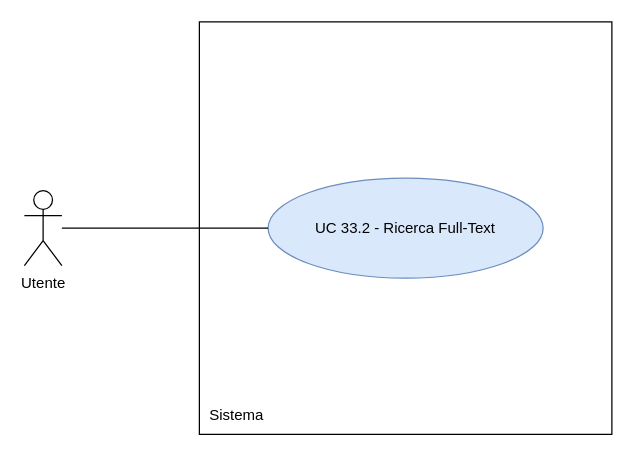
The draw.io diagram RTB/doc_esterna/analisi-dei-requisiti/assets/draw.io/UC33.2.drawio in thebitless-group-swe/thebitless.github.io, before the edit. Source tidied: cells renumbered, new cells numbered last; positions are measured from the earlier drawing's top-left corner, leaving out a move shared by most shapes. Both pictures are drawn from the tidied source at 125%, with x=0, y=0 at pixel (24, 21).
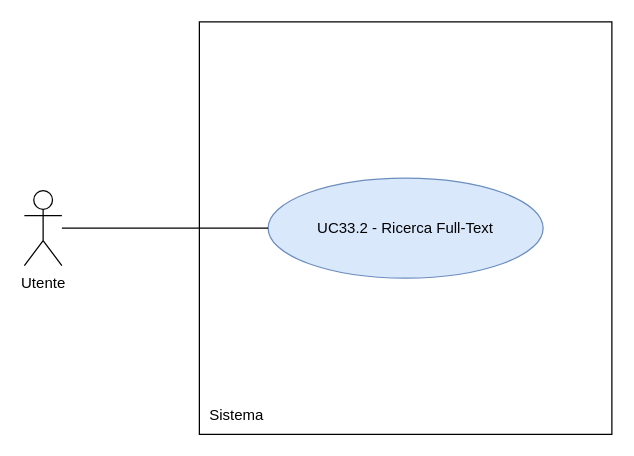
The same page after the edit.

The edit, as a diff of the source:
```diff
@@
 <mxGraphModel>
   <root>
     <mxCell id="0" />
     <mxCell id="1" parent="0" />
     <mxCell id="2" value="Utente" style="shape=umlActor;verticalLabelPosition=bottom;verticalAlign=top;html=1;outlineConnect=0;" parent="1" vertex="1">
       <mxGeometry y="135" width="30" height="60" as="geometry" />
     </mxCell>
     <mxCell id="3" style="whiteSpace=wrap;html=1;" parent="1" vertex="1">
       <mxGeometry x="140" width="330" height="330" as="geometry" />
     </mxCell>
     <mxCell id="4" value="Sistema" style="text;html=1;whiteSpace=wrap;strokeColor=none;fillColor=none;align=center;verticalAlign=middle;rounded=0;" parent="1" vertex="1">
       <mxGeometry x="140" y="300" width="60" height="30" as="geometry" />
     </mxCell>
-    <mxCell id="5" value="UC 33.2 - Ricerca Full-Text" style="ellipse;whiteSpace=wrap;html=1;fillColor=#dae8fc;strokeColor=#6c8ebf;" parent="1" vertex="1">
+    <mxCell id="5" value="UC33.2 - Ricerca Full-Text" style="ellipse;whiteSpace=wrap;html=1;fillColor=#dae8fc;strokeColor=#6c8ebf;" parent="1" vertex="1">
       <mxGeometry x="195" y="125" width="220" height="80" as="geometry" />
     </mxCell>
     <mxCell id="6" style="edgeStyle=none;rounded=0;jettySize=auto;html=1;endArrow=none;endFill=0;" parent="1" edge="1" source="2" target="5">
       <mxGeometry relative="1" as="geometry" />
     </mxCell>
   </root>
 </mxGraphModel>
```
